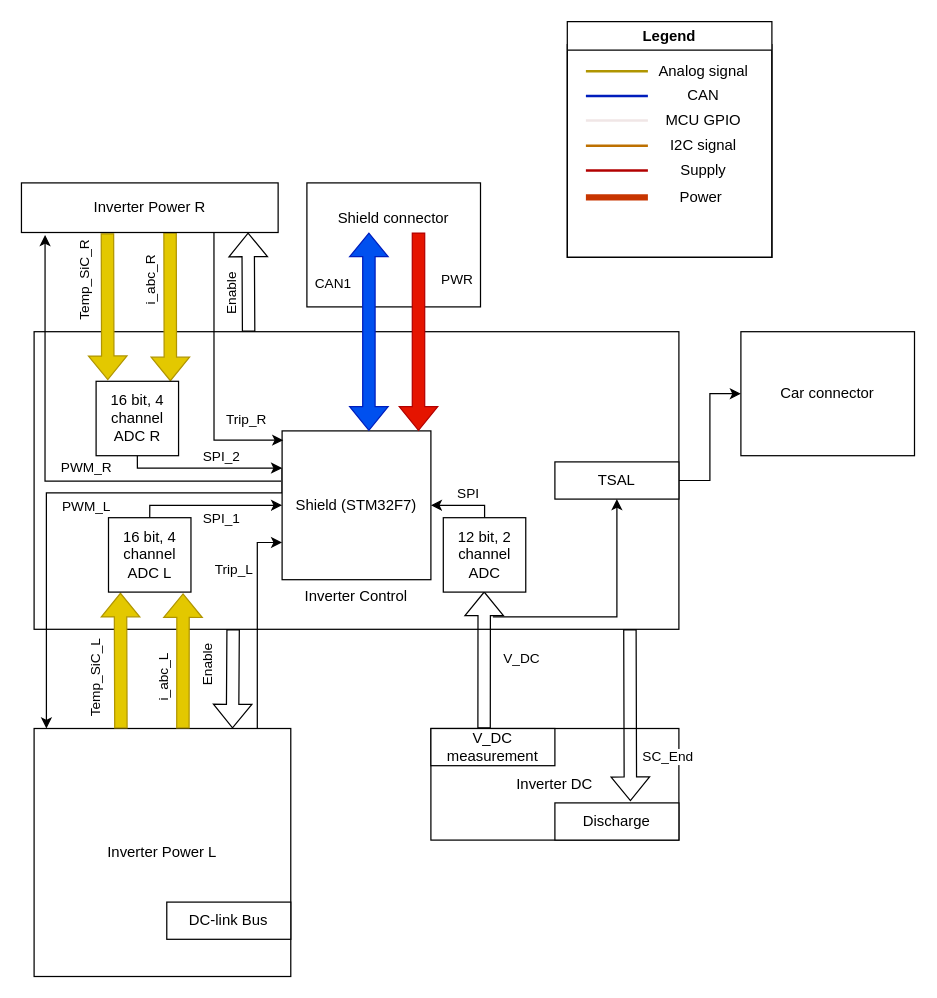
Earlier version of the draw.io diagram HW/Inverter_HW.drawio (dweggg/Inverter). Source tidied: cells renumbered, new cells numbered last; positions are measured from the earlier drawing's top-left corner, leaving out a move shared by most shapes. Both pictures are drawn from the tidied source at 124%, with x=0, y=0 at pixel (21, 21).
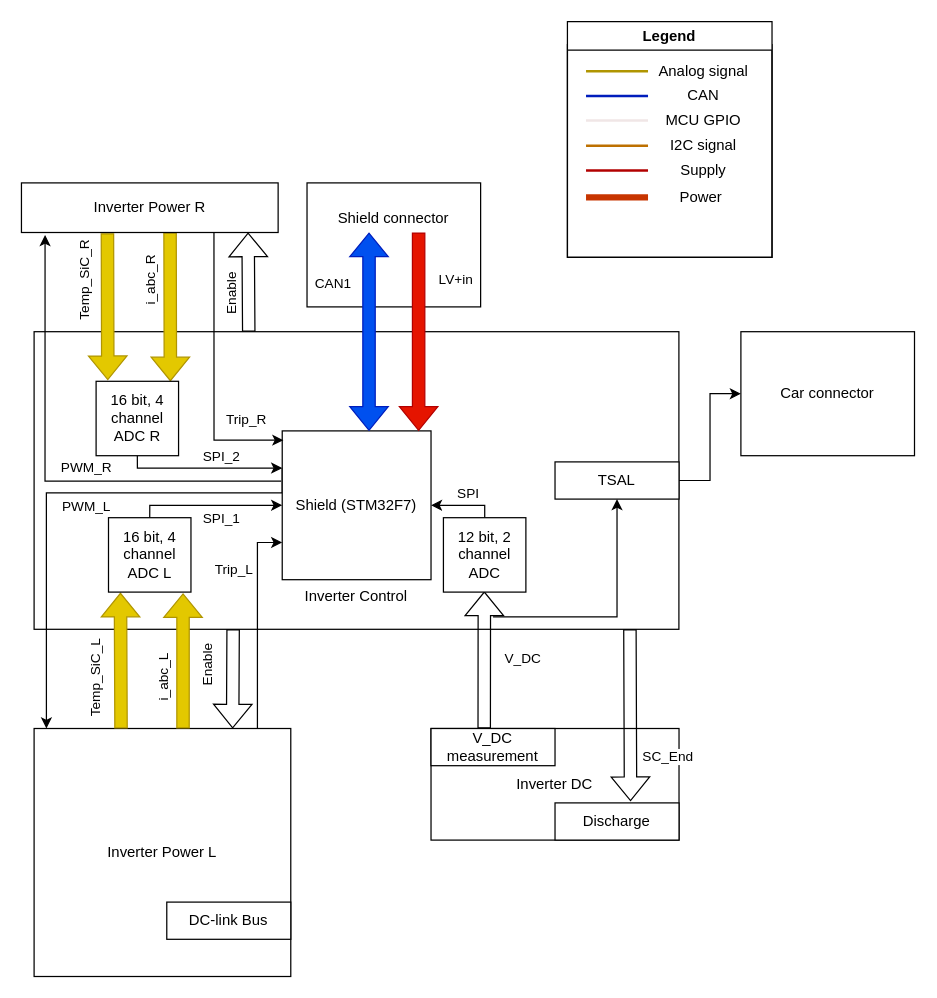
After the change.

The change refers to these unchanged cells:
```xml
<mxCell id="11" value="Inverter Power L" style="rounded=0;whiteSpace=wrap;html=1;" parent="1" vertex="1">
  <mxGeometry x="10" y="570" width="207" height="200" as="geometry" />
</mxCell>
<mxCell id="25" value="16 bit, 4 channel ADC L" style="rounded=0;whiteSpace=wrap;html=1;" parent="1" vertex="1">
  <mxGeometry x="70" y="400" width="66.5" height="60" as="geometry" />
</mxCell>
<mxCell id="42" value="Inverter Power R" style="rounded=0;whiteSpace=wrap;html=1;direction=east;" parent="1" vertex="1">
  <mxGeometry x="-0.2" y="130" width="207" height="40" as="geometry" />
</mxCell>
```

The edit, as a diff of the source:
```diff
@@
     <mxCell id="2" value="Shield connector&lt;br&gt;&lt;br&gt;&lt;br&gt;&lt;br&gt;" style="rounded=0;whiteSpace=wrap;html=1;" parent="1" vertex="1">
-      <mxGeometry x="230" y="130" width="140" height="100" as="geometry" />
+      <mxGeometry x="230.1" y="130" width="140" height="100" as="geometry" />
     </mxCell>
@@
     <mxCell id="4" style="edgeStyle=orthogonalEdgeStyle;rounded=0;jettySize=auto;html=1;exitX=0;exitY=0.25;exitDx=0;exitDy=0;entryX=0.048;entryY=0;entryDx=0;entryDy=0;entryPerimeter=0;" parent="1" edge="1" source="6" target="11">
       <mxGeometry relative="1" as="geometry">
         <Array as="points">
-          <mxPoint x="210" y="380" />
+          <mxPoint x="210.1" y="380" />
           <mxPoint x="20" y="380" />
         </Array>
       </mxGeometry>
     </mxCell>
@@
     <mxCell id="6" value="Shield (STM32F7)" style="whiteSpace=wrap;html=1;" parent="1" vertex="1">
-      <mxGeometry x="210" y="330" width="120" height="120" as="geometry" />
+      <mxGeometry x="210.1" y="330" width="120" height="120" as="geometry" />
     </mxCell>
     <mxCell id="7" style="shape=flexArrow;endArrow=classic;startArrow=classic;html=1;rounded=0;fillColor=#0050ef;strokeColor=#001DBC;" parent="1" edge="1">
       <mxGeometry relative="1" as="geometry">
-        <mxPoint x="280" y="330" as="sourcePoint" />
-        <mxPoint x="280" y="170" as="targetPoint" />
+        <mxPoint x="280.1" y="330" as="sourcePoint" />
+        <mxPoint x="280.1" y="170" as="targetPoint" />
       </mxGeometry>
     </mxCell>
@@
     <mxCell id="9" style="edgeStyle=orthogonalEdgeStyle;rounded=0;jettySize=auto;html=1;entryX=0;entryY=0.75;entryDx=0;entryDy=0;" parent="1" edge="1" source="11" target="6">
       <mxGeometry relative="1" as="geometry">
         <Array as="points">
-          <mxPoint x="190" y="420" />
+          <mxPoint x="190.1" y="420" />
         </Array>
       </mxGeometry>
     </mxCell>
@@
     <mxCell id="12" value="Inverter DC" style="rounded=0;whiteSpace=wrap;html=1;" parent="1" vertex="1">
-      <mxGeometry x="330" y="570" width="200" height="90" as="geometry" />
+      <mxGeometry x="330.1" y="570" width="200" height="90" as="geometry" />
     </mxCell>
     <mxCell id="13" style="shape=flexArrow;endArrow=classic;html=1;rounded=0;exitX=0.286;exitY=-0.015;exitDx=0;exitDy=0;exitPerimeter=0;entryX=0.145;entryY=1.008;entryDx=0;entryDy=0;entryPerimeter=0;fillColor=#e3c800;strokeColor=#B09500;" parent="1" edge="1" target="25">
       <mxGeometry relative="1" as="geometry">
-        <mxPoint x="80" y="570" as="sourcePoint" />
+        <mxPoint x="80.1" y="570" as="sourcePoint" />
       </mxGeometry>
     </mxCell>
@@
     <mxCell id="15" style="shape=flexArrow;endArrow=classic;html=1;rounded=0;exitX=0.286;exitY=-0.015;exitDx=0;exitDy=0;exitPerimeter=0;entryX=0.904;entryY=1.016;entryDx=0;entryDy=0;entryPerimeter=0;fillColor=#e3c800;strokeColor=#B09500;" parent="1" edge="1" target="25">
       <mxGeometry relative="1" as="geometry">
-        <mxPoint x="130" y="570" as="sourcePoint" />
+        <mxPoint x="130.1" y="570" as="sourcePoint" />
       </mxGeometry>
     </mxCell>
@@
     <mxCell id="17" style="shape=flexArrow;endArrow=classic;html=1;rounded=0;exitX=0.286;exitY=-0.015;exitDx=0;exitDy=0;exitPerimeter=0;entryX=0.904;entryY=0.992;entryDx=0;entryDy=0;entryPerimeter=0;" parent="1" edge="1">
       <mxGeometry relative="1" as="geometry">
-        <mxPoint x="372.9" y="570" as="sourcePoint" />
-        <mxPoint x="373" y="459.5" as="targetPoint" />
+        <mxPoint x="373" y="570" as="sourcePoint" />
+        <mxPoint x="373.1" y="459.5" as="targetPoint" />
       </mxGeometry>
     </mxCell>
@@
     <mxCell id="21" style="shape=flexArrow;endArrow=classic;html=1;rounded=0;exitX=0.199;exitY=0.994;exitDx=0;exitDy=0;exitPerimeter=0;" parent="1" edge="1">
       <mxGeometry relative="1" as="geometry">
         <mxPoint x="170.5" y="490" as="sourcePoint" />
-        <mxPoint x="170" y="570" as="targetPoint" />
+        <mxPoint x="170.1" y="570" as="targetPoint" />
       </mxGeometry>
     </mxCell>
@@
     <mxCell id="26" style="edgeStyle=orthogonalEdgeStyle;rounded=0;jettySize=auto;html=1;entryX=1;entryY=0.5;entryDx=0;entryDy=0;" parent="1" edge="1" source="28" target="6">
       <mxGeometry relative="1" as="geometry">
         <Array as="points">
-          <mxPoint x="373" y="390" />
+          <mxPoint x="373.1" y="390" />
         </Array>
       </mxGeometry>
     </mxCell>
@@
     <mxCell id="28" value="12 bit, 2 channel ADC" style="rounded=0;whiteSpace=wrap;html=1;" parent="1" vertex="1">
-      <mxGeometry x="340" y="400" width="66.5" height="60" as="geometry" />
+      <mxGeometry x="340.1" y="400" width="66.5" height="60" as="geometry" />
     </mxCell>
     <mxCell id="29" style="shape=flexArrow;endArrow=classic;html=1;rounded=0;fillColor=#e51400;strokeColor=#B20000;" parent="1" edge="1">
       <mxGeometry relative="1" as="geometry">
-        <mxPoint x="320" y="170" as="sourcePoint" />
-        <mxPoint x="320" y="330" as="targetPoint" />
+        <mxPoint x="320.1" y="170" as="sourcePoint" />
+        <mxPoint x="320.1" y="330" as="targetPoint" />
       </mxGeometry>
     </mxCell>
-    <mxCell id="30" value="PWR" style="edgeLabel;html=1;align=center;verticalAlign=middle;" parent="29" vertex="1">
+    <mxCell id="30" value="LV+in" style="edgeLabel;html=1;align=center;verticalAlign=middle;" parent="29" vertex="1">
       <mxGeometry x="-0.54" y="-2" relative="1" as="geometry">
-        <mxPoint x="32" as="offset" />
+        <mxPoint x="31" as="offset" />
       </mxGeometry>
     </mxCell>
@@
     <mxCell id="37" style="shape=flexArrow;endArrow=classic;html=1;rounded=0;entryX=0.883;entryY=1;entryDx=0;entryDy=0;entryPerimeter=0;" parent="1" edge="1" target="42">
       <mxGeometry relative="1" as="geometry">
-        <mxPoint x="183" y="250" as="sourcePoint" />
+        <mxPoint x="183.1" y="250" as="sourcePoint" />
       </mxGeometry>
     </mxCell>
@@
     <mxCell id="43" style="whiteSpace=wrap;html=1;" parent="1" vertex="1">
-      <mxGeometry x="440" y="18.5" width="165" height="171.5" as="geometry" />
+      <mxGeometry x="440.1" y="18.5" width="165" height="171.5" as="geometry" />
     </mxCell>
     <mxCell id="44" style="endArrow=none;html=1;rounded=0;fillColor=#e3c800;strokeColor=#B09500;strokeWidth=2;" parent="1" edge="1">
       <mxGeometry relative="1" as="geometry">
-        <mxPoint x="455" y="40" as="sourcePoint" />
-        <mxPoint x="505" y="40" as="targetPoint" />
+        <mxPoint x="455.1" y="40" as="sourcePoint" />
+        <mxPoint x="505.1" y="40" as="targetPoint" />
       </mxGeometry>
     </mxCell>
     <mxCell id="45" style="endArrow=none;html=1;rounded=0;fillColor=#0050ef;strokeColor=#001DBC;strokeWidth=2;" parent="1" edge="1">
       <mxGeometry relative="1" as="geometry">
-        <mxPoint x="455" y="60" as="sourcePoint" />
-        <mxPoint x="505" y="60" as="targetPoint" />
+        <mxPoint x="455.1" y="60" as="sourcePoint" />
+        <mxPoint x="505.1" y="60" as="targetPoint" />
       </mxGeometry>
     </mxCell>
     <mxCell id="46" style="endArrow=none;html=1;rounded=0;strokeColor=#F0E6E6;strokeWidth=2;fillColor=#f5f5f5;" parent="1" edge="1">
       <mxGeometry relative="1" as="geometry">
-        <mxPoint x="455" y="79.7" as="sourcePoint" />
-        <mxPoint x="505" y="79.7" as="targetPoint" />
+        <mxPoint x="455.1" y="79.7" as="sourcePoint" />
+        <mxPoint x="505.1" y="79.7" as="targetPoint" />
       </mxGeometry>
     </mxCell>
     <mxCell id="47" style="endArrow=none;html=1;rounded=0;fillColor=#a0522d;strokeColor=#bd7000;strokeWidth=2;" parent="1" edge="1">
       <mxGeometry relative="1" as="geometry">
-        <mxPoint x="455" y="100" as="sourcePoint" />
-        <mxPoint x="505" y="100" as="targetPoint" />
+        <mxPoint x="455.1" y="100" as="sourcePoint" />
+        <mxPoint x="505.1" y="100" as="targetPoint" />
       </mxGeometry>
     </mxCell>
     <mxCell id="48" style="endArrow=none;html=1;rounded=0;fillColor=#e51400;strokeColor=#B20000;strokeWidth=2;" parent="1" edge="1">
       <mxGeometry relative="1" as="geometry">
-        <mxPoint x="455" y="120" as="sourcePoint" />
-        <mxPoint x="505" y="120" as="targetPoint" />
+        <mxPoint x="455.1" y="120" as="sourcePoint" />
+        <mxPoint x="505.1" y="120" as="targetPoint" />
       </mxGeometry>
     </mxCell>
     <mxCell id="49" value="Analog signal" style="text;html=1;strokeColor=none;fillColor=none;align=center;verticalAlign=middle;whiteSpace=wrap;rounded=0;" parent="1" vertex="1">
-      <mxGeometry x="505" y="30" width="90" height="20" as="geometry" />
+      <mxGeometry x="505.1" y="30" width="90" height="20" as="geometry" />
     </mxCell>
     <mxCell id="50" value="CAN" style="text;html=1;strokeColor=none;fillColor=none;align=center;verticalAlign=middle;whiteSpace=wrap;rounded=0;" parent="1" vertex="1">
-      <mxGeometry x="505" y="50" width="90" height="20" as="geometry" />
+      <mxGeometry x="505.1" y="50" width="90" height="20" as="geometry" />
     </mxCell>
     <mxCell id="51" value="MCU GPIO" style="text;html=1;strokeColor=none;fillColor=none;align=center;verticalAlign=middle;whiteSpace=wrap;rounded=0;" parent="1" vertex="1">
-      <mxGeometry x="505" y="70" width="90" height="20" as="geometry" />
+      <mxGeometry x="505.1" y="70" width="90" height="20" as="geometry" />
     </mxCell>
     <mxCell id="52" value="I2C signal" style="text;html=1;strokeColor=none;fillColor=none;align=center;verticalAlign=middle;whiteSpace=wrap;rounded=0;" parent="1" vertex="1">
-      <mxGeometry x="505" y="90" width="90" height="20" as="geometry" />
+      <mxGeometry x="505.1" y="90" width="90" height="20" as="geometry" />
     </mxCell>
     <mxCell id="53" value="Supply" style="text;html=1;strokeColor=none;fillColor=none;align=center;verticalAlign=middle;whiteSpace=wrap;rounded=0;" parent="1" vertex="1">
-      <mxGeometry x="505" y="110" width="90" height="20" as="geometry" />
+      <mxGeometry x="505.1" y="110" width="90" height="20" as="geometry" />
     </mxCell>
     <mxCell id="54" value="Legend" style="swimlane;whiteSpace=wrap;html=1;" parent="1" vertex="1">
-      <mxGeometry x="440" width="165" height="190" as="geometry" />
+      <mxGeometry x="440.1" width="165" height="190" as="geometry" />
     </mxCell>
@@
     <mxCell id="59" value="Discharge" style="rounded=0;whiteSpace=wrap;html=1;" parent="1" vertex="1">
-      <mxGeometry x="430" y="630" width="100" height="30" as="geometry" />
+      <mxGeometry x="430.1" y="630" width="100" height="30" as="geometry" />
     </mxCell>
     <mxCell id="60" value="V_DC measurement" style="rounded=0;whiteSpace=wrap;html=1;" parent="1" vertex="1">
-      <mxGeometry x="330" y="570" width="100" height="30" as="geometry" />
+      <mxGeometry x="330.1" y="570" width="100" height="30" as="geometry" />
     </mxCell>
@@
     <mxCell id="63" style="edgeStyle=orthogonalEdgeStyle;rounded=0;jettySize=auto;html=1;exitX=0.5;exitY=1;exitDx=0;exitDy=0;startArrow=classic;startFill=1;endArrow=none;endFill=0;" parent="1" edge="1" source="64">
       <mxGeometry relative="1" as="geometry">
-        <mxPoint x="380" y="480" as="targetPoint" />
+        <mxPoint x="380.1" y="480" as="targetPoint" />
         <Array as="points">
-          <mxPoint x="480" y="480" />
+          <mxPoint x="480.1" y="480" />
         </Array>
       </mxGeometry>
     </mxCell>
     <mxCell id="64" value="TSAL" style="rounded=0;whiteSpace=wrap;html=1;" parent="1" vertex="1">
-      <mxGeometry x="430" y="355" width="100" height="30" as="geometry" />
+      <mxGeometry x="430.1" y="355" width="100" height="30" as="geometry" />
     </mxCell>
```
